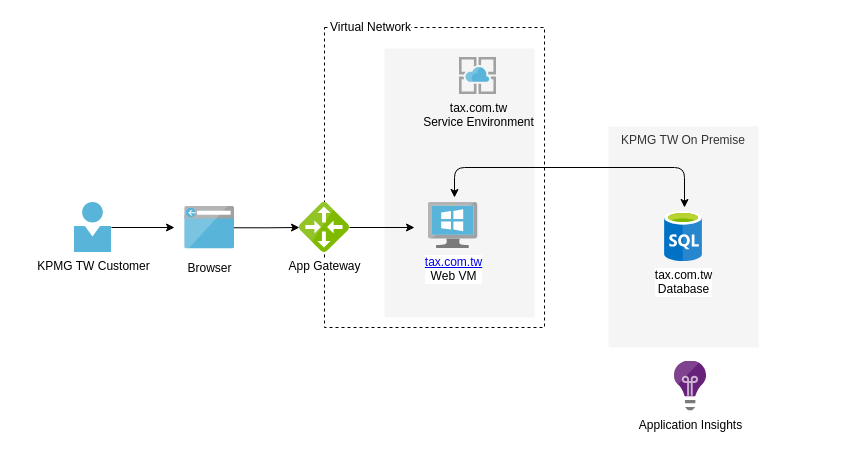
The draw.io diagram page "tax.com.tw IaaS architecture" (4 of 4) of ApplyAnywhereAzureArchitecture.drawio in chadyeh-yc/ApplyAnywhere, before the edit. Source tidied: cells renumbered, new cells numbered last; positions are measured from the earlier drawing's top-left corner, leaving out a move shared by most shapes. Both pictures are drawn from the tidied source at 100%, with x=0, y=0 at pixel (74, 17).
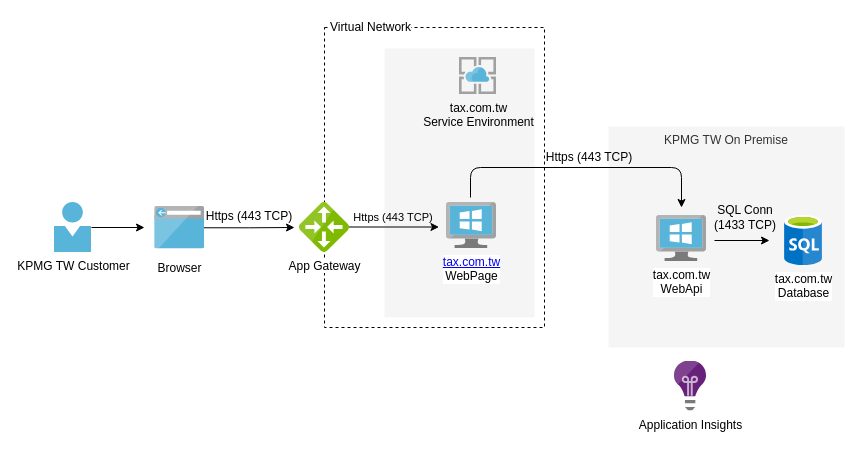
Above is the later version.

Unchanged cells that the change refers to:
```xml
<mxCell id="11" value="App Gateway" style="html=1;points=[];align=center;image;fontSize=12;image=img/lib/mscae/Local_Network_Gateways.svg;dashed=1;labelBackgroundColor=#ffffff;fillColor=none;" parent="1" vertex="1">
  <mxGeometry x="225" y="185" width="50" height="50" as="geometry" />
</mxCell>
```

Diff of the diagram source:
```diff
@@
-    <mxCell id="4" style="edgeStyle=orthogonalEdgeStyle;rounded=0;jettySize=auto;html=1;" parent="1" edge="1" source="5" target="11">
-      <mxGeometry relative="1" as="geometry" />
+    <mxCell id="4" style="edgeStyle=orthogonalEdgeStyle;rounded=0;jettySize=auto;html=1;" parent="1" edge="1" source="5">
+      <mxGeometry relative="1" as="geometry">
+        <mxPoint x="220" y="210" as="targetPoint" />
+      </mxGeometry>
     </mxCell>
     <mxCell id="5" value="Browser" style="html=1;perimeter=none;align=center;shadow=0;dashed=0;image;fontSize=12;image=img/lib/mscae/Browser.svg;spacingTop=5;" parent="1" vertex="1">
-      <mxGeometry x="110.2" y="189" width="50" height="42.5" as="geometry" />
+      <mxGeometry x="80.2" y="189" width="50" height="42.5" as="geometry" />
     </mxCell>
-    <mxCell id="6" style="edgeStyle=orthogonalEdgeStyle;rounded=0;jettySize=auto;html=1;" parent="1" edge="1" source="11">
+    <mxCell id="6" style="edgeStyle=orthogonalEdgeStyle;rounded=0;orthogonalLoop=1;jettySize=auto;html=1;" parent="1" edge="1">
       <mxGeometry relative="1" as="geometry">
-        <mxPoint x="340" y="210" as="targetPoint" />
+        <mxPoint x="274.5" y="209.5" as="sourcePoint" />
+        <mxPoint x="364.5" y="209.5" as="targetPoint" />
+        <Array as="points">
+          <mxPoint x="324.5" y="209.5" />
+          <mxPoint x="324.5" y="209.5" />
+        </Array>
       </mxGeometry>
     </mxCell>
     <mxCell id="7" style="edgeStyle=orthogonalEdgeStyle;rounded=0;jettySize=auto;html=1;" parent="1" edge="1" source="8">
       <mxGeometry relative="1" as="geometry">
-        <mxPoint x="100" y="210" as="targetPoint" />
+        <mxPoint x="70" y="210" as="targetPoint" />
       </mxGeometry>
     </mxCell>
     <mxCell id="8" value="KPMG TW Customer" style="html=1;points=[];align=center;image;fontSize=12;image=img/lib/mscae/Person.svg;labelBackgroundColor=none;" parent="1" vertex="1">
-      <mxGeometry y="185" width="37" height="50" as="geometry" />
+      <mxGeometry x="-20" y="185" width="37" height="50" as="geometry" />
     </mxCell>
@@
     <mxCell id="10" value="KPMG TW On Premise" style="rounded=0;whiteSpace=wrap;html=1;fillColor=#f5f5f5;strokeColor=none;fontColor=#333333;verticalAlign=top;direction=south;" parent="1" vertex="1">
-      <mxGeometry x="534" y="109" width="150" height="221" as="geometry" />
+      <mxGeometry x="534" y="109" width="236" height="221" as="geometry" />
     </mxCell>
@@
-    <mxCell id="13" style="endArrow=classic;html=1;startArrow=classic;startFill=1;" parent="1" edge="1">
+    <mxCell id="13" style="endArrow=classic;html=1;startArrow=none;startFill=0;" parent="1" edge="1">
       <mxGeometry relative="1" as="geometry">
-        <mxPoint x="380" y="180" as="sourcePoint" />
-        <mxPoint x="610" y="190" as="targetPoint" />
+        <mxPoint x="396" y="180" as="sourcePoint" />
+        <mxPoint x="607" y="190" as="targetPoint" />
         <Array as="points">
-          <mxPoint x="380" y="150" />
-          <mxPoint x="610" y="150" />
+          <mxPoint x="396" y="150" />
+          <mxPoint x="607" y="150" />
         </Array>
       </mxGeometry>
     </mxCell>
     <mxCell id="14" value="tax.com.tw&lt;br&gt;Database" style="html=1;align=center;image;fontSize=12;image=img/lib/mscae/SQL_Database_generic.svg;dashed=1;labelBackgroundColor=#ffffff;fillColor=none;" parent="1" vertex="1">
-      <mxGeometry x="590" y="194" width="38" height="50" as="geometry" />
+      <mxGeometry x="710" y="198" width="38" height="50" as="geometry" />
     </mxCell>
@@
-    <mxCell id="16" value="&lt;a href=&quot;http://tax.com.tw/&quot;&gt;tax.com.tw&lt;/a&gt;&lt;br&gt;Web VM" style="html=1;align=center;image;fontSize=12;image=img/lib/mscae/VirtualMachineWindows.svg;dashed=1;labelBackgroundColor=#ffffff;fillColor=none;" parent="1" vertex="1">
-      <mxGeometry x="353.5" y="185" width="50" height="46" as="geometry" />
+    <mxCell id="16" value="&lt;a href=&quot;http://tax.com.tw/&quot;&gt;tax.com.tw&lt;/a&gt;&lt;br&gt;WebPage" style="html=1;align=center;image;fontSize=12;image=img/lib/mscae/VirtualMachineWindows.svg;dashed=1;labelBackgroundColor=#ffffff;fillColor=none;" parent="1" vertex="1">
+      <mxGeometry x="372" y="185" width="50" height="46" as="geometry" />
     </mxCell>
+    <mxCell id="17" value="&lt;font style=&quot;font-size: 11px&quot;&gt;Https (443 TCP)&lt;/font&gt;" style="text;html=1;strokeColor=none;fillColor=none;align=center;verticalAlign=middle;whiteSpace=wrap;rounded=0;fontSize=10;" parent="1" vertex="1">
+      <mxGeometry x="273.5" y="190" width="90" height="20" as="geometry" />
+    </mxCell>
+    <mxCell id="18" value="Https (443 TCP)" style="text;html=1;strokeColor=none;fillColor=none;align=center;verticalAlign=middle;whiteSpace=wrap;rounded=0;" parent="1" vertex="1">
+      <mxGeometry x="470" y="130" width="90" height="20" as="geometry" />
+    </mxCell>
+    <mxCell id="19" value="tax.com.tw&lt;br&gt;WebApi" style="html=1;align=center;image;fontSize=12;image=img/lib/mscae/VirtualMachineWindows.svg;" parent="1" vertex="1">
+      <mxGeometry x="582" y="198" width="50" height="46" as="geometry" />
+    </mxCell>
+    <mxCell id="20" value="SQL Conn&lt;br&gt;(1433 TCP)" style="text;html=1;strokeColor=none;fillColor=none;align=center;verticalAlign=middle;whiteSpace=wrap;rounded=0;" parent="1" vertex="1">
+      <mxGeometry x="636" y="190" width="70" height="20" as="geometry" />
+    </mxCell>
+    <mxCell id="21" style="endArrow=classic;html=1;" parent="1" edge="1">
+      <mxGeometry relative="1" as="geometry">
+        <mxPoint x="640" y="223" as="sourcePoint" />
+        <mxPoint x="695" y="223" as="targetPoint" />
+      </mxGeometry>
+    </mxCell>
+    <mxCell id="22" value="Https (443 TCP)" style="text;html=1;strokeColor=none;fillColor=none;align=center;verticalAlign=middle;whiteSpace=wrap;rounded=0;" parent="1" vertex="1">
+      <mxGeometry x="130" y="189" width="90" height="20" as="geometry" />
+    </mxCell>
```
